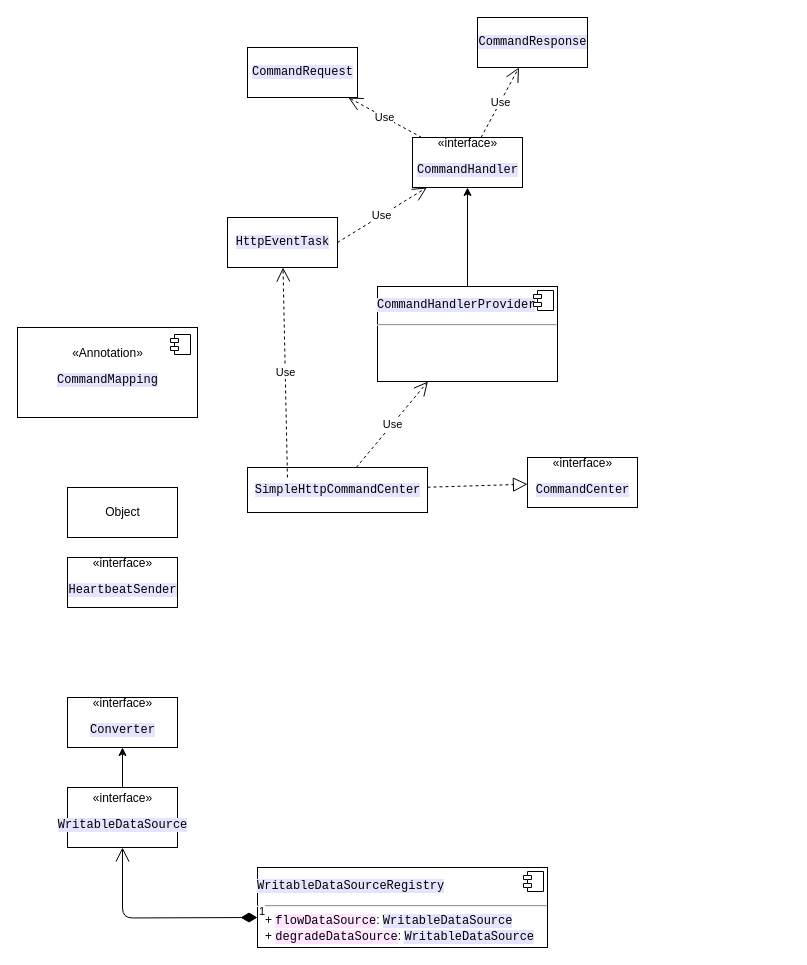
hellojd2018/ms_document keeps this draw.io diagram as sentinel-transport.drawio. Above is the earlier version. Source tidied: cells renumbered, new cells numbered last; positions are measured from the earlier drawing's top-left corner, leaving out a move shared by most shapes. Both pictures are drawn from the tidied source at 100%, with x=0, y=0 at pixel (17, 17).
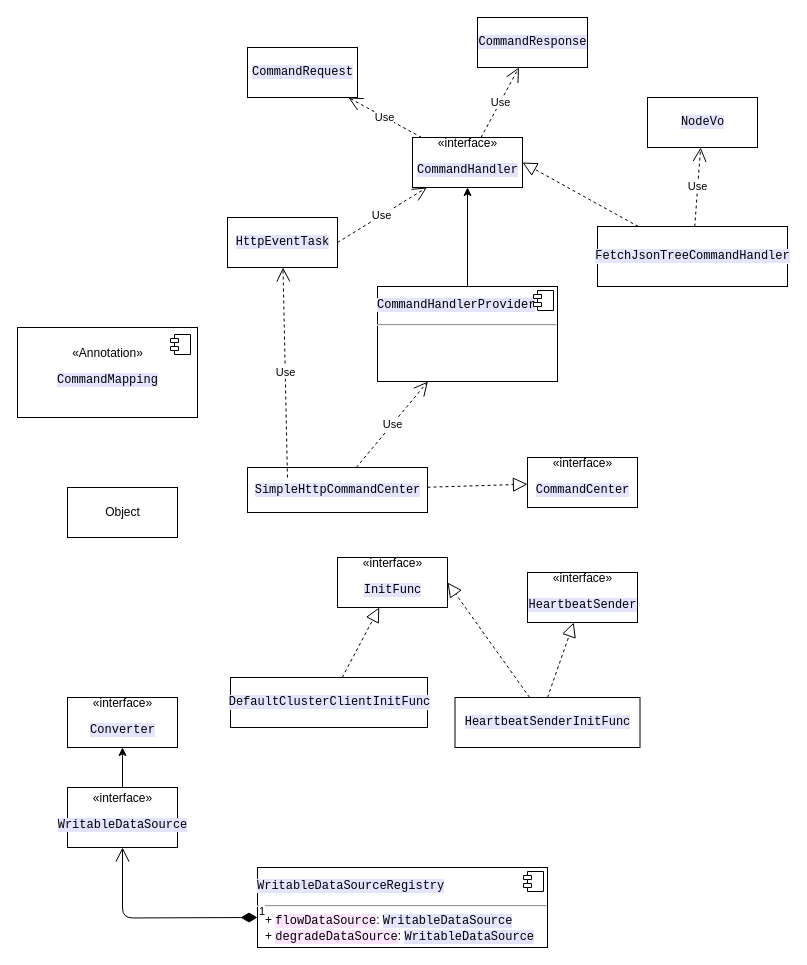
Above is the later version.

The change refers to these unchanged cells:
```xml
<mxCell id="3" value="«interface»&lt;br&gt;&lt;pre style=&quot;background-color: rgb(255 , 255 , 255) ; font-family: &amp;#34;consolas&amp;#34; ; font-size: 9pt&quot;&gt;&lt;span style=&quot;background-color: #e4e4ff&quot;&gt;CommandHandler&lt;/span&gt;&lt;/pre&gt;" style="html=1;" parent="1" vertex="1">
  <mxGeometry x="395" y="120" width="110" height="50" as="geometry" />
</mxCell>
```

Change to the diagram source:
```diff
@@
     <mxCell id="11" value="«interface»&lt;br&gt;&lt;pre style=&quot;background-color: rgb(255 , 255 , 255) ; font-family: &amp;#34;consolas&amp;#34; ; font-size: 9pt&quot;&gt;&lt;span style=&quot;background-color: #e4e4ff&quot;&gt;HeartbeatSender&lt;/span&gt;&lt;/pre&gt;" style="html=1;" parent="1" vertex="1">
-      <mxGeometry x="50" y="540" width="110" height="50" as="geometry" />
+      <mxGeometry x="510" y="555" width="110" height="50" as="geometry" />
     </mxCell>
@@
+    <mxCell id="27" value="«interface»&lt;br&gt;&lt;pre style=&quot;background-color: rgb(255 , 255 , 255) ; font-family: &amp;#34;consolas&amp;#34; ; font-size: 9pt&quot;&gt;&lt;span style=&quot;background-color: #e4e4ff&quot;&gt;InitFunc&lt;/span&gt;&lt;/pre&gt;" style="html=1;" parent="1" vertex="1">
+      <mxGeometry x="320" y="540" width="110" height="50" as="geometry" />
+    </mxCell>
+    <mxCell id="28" value="&lt;pre style=&quot;background-color: rgb(255 , 255 , 255) ; font-family: &amp;#34;consolas&amp;#34; ; font-size: 9pt&quot;&gt;&lt;span style=&quot;background-color: #e4e4ff&quot;&gt;HeartbeatSenderInitFunc&lt;/span&gt;&lt;/pre&gt;" style="html=1;" parent="1" vertex="1">
+      <mxGeometry x="437.5" y="680" width="185" height="50" as="geometry" />
+    </mxCell>
+    <mxCell id="29" value="&lt;pre style=&quot;background-color: rgb(255 , 255 , 255) ; font-family: &amp;#34;consolas&amp;#34; ; font-size: 9pt&quot;&gt;&lt;span style=&quot;background-color: #e4e4ff&quot;&gt;DefaultClusterClientInitFunc&lt;/span&gt;&lt;/pre&gt;" style="html=1;" parent="1" vertex="1">
+      <mxGeometry x="213" y="660" width="197" height="50" as="geometry" />
+    </mxCell>
+    <mxCell id="30" style="endArrow=block;dashed=1;endFill=0;endSize=12;html=1;" parent="1" edge="1" source="29" target="27">
+      <mxGeometry relative="1" as="geometry" />
+    </mxCell>
+    <mxCell id="31" style="endArrow=block;dashed=1;endFill=0;endSize=12;html=1;entryX=1;entryY=0.5;entryDx=0;entryDy=0;" parent="1" edge="1" source="28" target="27">
+      <mxGeometry relative="1" as="geometry" />
+    </mxCell>
+    <mxCell id="32" style="endArrow=block;dashed=1;endFill=0;endSize=12;html=1;exitX=0.5;exitY=0;exitDx=0;exitDy=0;" parent="1" edge="1" source="28" target="11">
+      <mxGeometry relative="1" as="geometry" />
+    </mxCell>
+    <mxCell id="33" value="&lt;pre style=&quot;background-color: rgb(255 , 255 , 255) ; font-family: &amp;#34;consolas&amp;#34; ; font-size: 9pt&quot;&gt;&lt;span style=&quot;background-color: #e4e4ff&quot;&gt;FetchJsonTreeCommandHandler&lt;/span&gt;&lt;/pre&gt;" style="html=1;" parent="1" vertex="1">
+      <mxGeometry x="580" y="209" width="190" height="60" as="geometry" />
+    </mxCell>
+    <mxCell id="34" style="endArrow=block;dashed=1;endFill=0;endSize=12;html=1;entryX=1;entryY=0.5;entryDx=0;entryDy=0;" parent="1" edge="1" source="33" target="3">
+      <mxGeometry relative="1" as="geometry" />
+    </mxCell>
+    <mxCell id="35" value="&lt;pre style=&quot;background-color: rgb(255 , 255 , 255) ; font-family: &amp;#34;consolas&amp;#34; ; font-size: 9pt&quot;&gt;&lt;span style=&quot;background-color: #e4e4ff&quot;&gt;NodeVo&lt;/span&gt;&lt;/pre&gt;" style="html=1;" parent="1" vertex="1">
+      <mxGeometry x="630" y="80" width="110" height="50" as="geometry" />
+    </mxCell>
+    <mxCell id="36" value="Use" style="endArrow=open;endSize=12;dashed=1;html=1;" parent="1" edge="1" source="33" target="35">
+      <mxGeometry relative="1" as="geometry" />
+    </mxCell>
```
